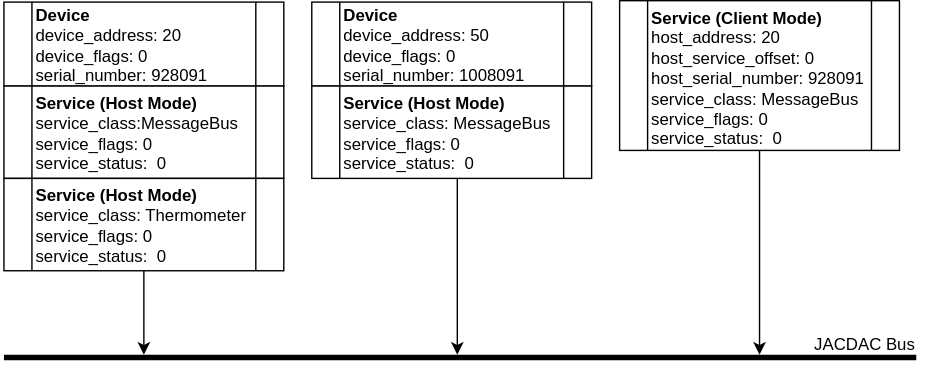
This is images/broadcast.svg from sabas1080/jacdac, a draw.io export, as it was before one commit. Source tidied: cells renumbered, new cells last; positions are measured from the earlier drawing's top-left corner, leaving out a move shared by most shapes. Source of this version:
```xml
<mxGraphModel>
  <root>
    <mxCell id="0" />
    <mxCell id="1" parent="0" />
    <mxCell id="2" style="line;strokeWidth=4;html=1;perimeter=backbonePerimeter;points=[];outlineConnect=0;" parent="1" vertex="1">
      <mxGeometry y="250" width="652" height="10" as="geometry" />
    </mxCell>
    <object id="3" label="JACDAC Bus" name="Variable" placeholders="1">
      <mxCell style="text;html=1;strokeColor=none;fillColor=none;align=center;verticalAlign=middle;whiteSpace=wrap;overflow=hidden;" parent="1" vertex="1">
        <mxGeometry x="569" y="230" width="92" height="30" as="geometry" />
      </mxCell>
    </object>
    <mxCell id="4" style="group;" parent="1" vertex="1">
      <mxGeometry y="1" width="200" height="149" as="geometry" />
    </mxCell>
    <mxCell id="5" value="&lt;span&gt;&lt;b&gt;Device&lt;/b&gt;&lt;br&gt;device_address: 20&lt;br&gt;&lt;/span&gt;device_flags: 0&lt;br&gt;&lt;span&gt;serial_number: 928091&lt;/span&gt;&lt;br&gt;" style="shape=process;whiteSpace=wrap;html=1;backgroundOutline=1;align=left;" parent="4" vertex="1">
      <mxGeometry width="200" height="60" as="geometry" />
    </mxCell>
    <mxCell id="6" value="&lt;span&gt;&lt;b&gt;Service (Host Mode)&lt;/b&gt;&lt;br&gt;service_class:MessageBus&lt;/span&gt;&lt;br&gt;&lt;div style=&quot;text-align: justify&quot;&gt;&lt;span&gt;service_flags: 0&lt;/span&gt;&lt;/div&gt;&lt;div style=&quot;text-align: left&quot;&gt;&lt;span&gt;service_status:&amp;nbsp; 0&lt;/span&gt;&lt;/div&gt;" style="shape=process;whiteSpace=wrap;html=1;backgroundOutline=1;align=left;" parent="4" vertex="1">
      <mxGeometry y="60" width="200" height="66" as="geometry" />
    </mxCell>
    <mxCell id="7" style="endArrow=classic;html=1;exitX=0.5;exitY=1;exitDx=0;exitDy=0;" parent="1" edge="1" target="2">
      <mxGeometry relative="1" as="geometry">
        <mxPoint x="324" y="127" as="sourcePoint" />
      </mxGeometry>
    </mxCell>
    <mxCell id="8" style="endArrow=classic;html=1;exitX=0.5;exitY=1;exitDx=0;exitDy=0;" parent="1" edge="1" source="6" target="2">
      <mxGeometry relative="1" as="geometry" />
    </mxCell>
    <mxCell id="9" style="endArrow=classic;html=1;exitX=0.5;exitY=1;exitDx=0;exitDy=0;" parent="1" edge="1" source="15" target="2">
      <mxGeometry relative="1" as="geometry" />
    </mxCell>
    <mxCell id="10" style="group;" parent="1" vertex="1">
      <mxGeometry x="220" y="1" width="200" height="149" as="geometry" />
    </mxCell>
    <mxCell id="11" value="&lt;span&gt;&lt;b&gt;Device&lt;/b&gt;&lt;br&gt;device_address: 50&lt;br&gt;&lt;/span&gt;device_flags: 0&lt;br&gt;&lt;span&gt;serial_number: 1008091&lt;/span&gt;&lt;br&gt;" style="shape=process;whiteSpace=wrap;html=1;backgroundOutline=1;align=left;" parent="10" vertex="1">
      <mxGeometry width="200" height="60" as="geometry" />
    </mxCell>
    <mxCell id="12" value="&lt;span&gt;&lt;b&gt;Service (Host Mode)&lt;/b&gt;&lt;br&gt;service_class: MessageBus&lt;/span&gt;&lt;br&gt;&lt;div style=&quot;text-align: justify&quot;&gt;&lt;span&gt;service_flags: 0&lt;/span&gt;&lt;/div&gt;&lt;div style=&quot;text-align: left&quot;&gt;&lt;span&gt;service_status:&amp;nbsp; 0&lt;/span&gt;&lt;/div&gt;" style="shape=process;whiteSpace=wrap;html=1;backgroundOutline=1;align=left;" parent="10" vertex="1">
      <mxGeometry y="60" width="200" height="66" as="geometry" />
    </mxCell>
    <mxCell id="13" value="&lt;span&gt;&lt;b&gt;Service (Host Mode)&lt;/b&gt;&lt;br&gt;service_class: Thermometer&lt;/span&gt;&lt;br&gt;&lt;div style=&quot;text-align: justify&quot;&gt;&lt;span&gt;service_flags: 0&lt;/span&gt;&lt;/div&gt;&lt;div style=&quot;text-align: left&quot;&gt;&lt;span&gt;service_status:&amp;nbsp; 0&lt;/span&gt;&lt;/div&gt;" style="shape=process;whiteSpace=wrap;html=1;backgroundOutline=1;align=left;" parent="1" vertex="1">
      <mxGeometry y="127" width="200" height="66" as="geometry" />
    </mxCell>
    <mxCell id="14" style="group;" parent="1" vertex="1">
      <mxGeometry x="440" width="200" height="167" as="geometry" />
    </mxCell>
    <mxCell id="15" value="&lt;span&gt;&lt;b&gt;Service (Client Mode)&lt;br&gt;&lt;/b&gt;host_address: 20&lt;br&gt;host_service_offset: 0&lt;br&gt;host_serial_number: 928091&lt;br&gt;service_class: MessageBus&lt;/span&gt;&lt;br&gt;&lt;div style=&quot;text-align: justify&quot;&gt;&lt;span&gt;service_flags: 0&lt;/span&gt;&lt;/div&gt;&lt;div style=&quot;text-align: left&quot;&gt;&lt;span&gt;service_status:&amp;nbsp; 0&lt;/span&gt;&lt;/div&gt;" style="shape=process;whiteSpace=wrap;html=1;backgroundOutline=1;align=left;" parent="14" vertex="1">
      <mxGeometry width="200" height="107" as="geometry" />
    </mxCell>
  </root>
</mxGraphModel>
```
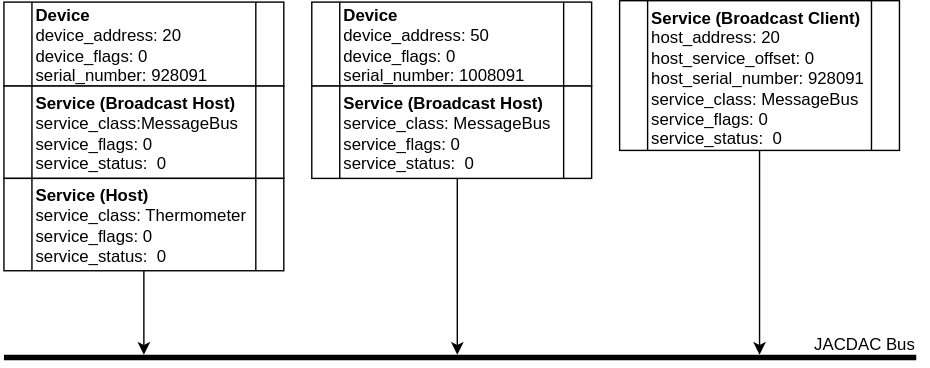
Above is the later version.

The edit, as a diff of the source:
```diff
@@ -16,7 +16,7 @@
     <mxCell id="5" value="&lt;span&gt;&lt;b&gt;Device&lt;/b&gt;&lt;br&gt;device_address: 20&lt;br&gt;&lt;/span&gt;device_flags: 0&lt;br&gt;&lt;span&gt;serial_number: 928091&lt;/span&gt;&lt;br&gt;" style="shape=process;whiteSpace=wrap;html=1;backgroundOutline=1;align=left;" parent="4" vertex="1">
       <mxGeometry width="200" height="60" as="geometry" />
     </mxCell>
-    <mxCell id="6" value="&lt;span&gt;&lt;b&gt;Service (Host Mode)&lt;/b&gt;&lt;br&gt;service_class:MessageBus&lt;/span&gt;&lt;br&gt;&lt;div style=&quot;text-align: justify&quot;&gt;&lt;span&gt;service_flags: 0&lt;/span&gt;&lt;/div&gt;&lt;div style=&quot;text-align: left&quot;&gt;&lt;span&gt;service_status:&amp;nbsp; 0&lt;/span&gt;&lt;/div&gt;" style="shape=process;whiteSpace=wrap;html=1;backgroundOutline=1;align=left;" parent="4" vertex="1">
+    <mxCell id="6" value="&lt;span&gt;&lt;b&gt;Service (Broadcast Host)&lt;/b&gt;&lt;br&gt;service_class:MessageBus&lt;/span&gt;&lt;br&gt;&lt;div style=&quot;text-align: justify&quot;&gt;&lt;span&gt;service_flags: 0&lt;/span&gt;&lt;/div&gt;&lt;div style=&quot;text-align: left&quot;&gt;&lt;span&gt;service_status:&amp;nbsp; 0&lt;/span&gt;&lt;/div&gt;" style="shape=process;whiteSpace=wrap;html=1;backgroundOutline=1;align=left;" parent="4" vertex="1">
       <mxGeometry y="60" width="200" height="66" as="geometry" />
     </mxCell>
     <mxCell id="7" style="endArrow=classic;html=1;exitX=0.5;exitY=1;exitDx=0;exitDy=0;" parent="1" edge="1" target="2">
@@ -36,16 +36,16 @@
     <mxCell id="11" value="&lt;span&gt;&lt;b&gt;Device&lt;/b&gt;&lt;br&gt;device_address: 50&lt;br&gt;&lt;/span&gt;device_flags: 0&lt;br&gt;&lt;span&gt;serial_number: 1008091&lt;/span&gt;&lt;br&gt;" style="shape=process;whiteSpace=wrap;html=1;backgroundOutline=1;align=left;" parent="10" vertex="1">
       <mxGeometry width="200" height="60" as="geometry" />
     </mxCell>
-    <mxCell id="12" value="&lt;span&gt;&lt;b&gt;Service (Host Mode)&lt;/b&gt;&lt;br&gt;service_class: MessageBus&lt;/span&gt;&lt;br&gt;&lt;div style=&quot;text-align: justify&quot;&gt;&lt;span&gt;service_flags: 0&lt;/span&gt;&lt;/div&gt;&lt;div style=&quot;text-align: left&quot;&gt;&lt;span&gt;service_status:&amp;nbsp; 0&lt;/span&gt;&lt;/div&gt;" style="shape=process;whiteSpace=wrap;html=1;backgroundOutline=1;align=left;" parent="10" vertex="1">
+    <mxCell id="12" value="&lt;span&gt;&lt;b&gt;Service (Broadcast Host)&lt;/b&gt;&lt;br&gt;service_class: MessageBus&lt;/span&gt;&lt;br&gt;&lt;div style=&quot;text-align: justify&quot;&gt;&lt;span&gt;service_flags: 0&lt;/span&gt;&lt;/div&gt;&lt;div style=&quot;text-align: left&quot;&gt;&lt;span&gt;service_status:&amp;nbsp; 0&lt;/span&gt;&lt;/div&gt;" style="shape=process;whiteSpace=wrap;html=1;backgroundOutline=1;align=left;" parent="10" vertex="1">
       <mxGeometry y="60" width="200" height="66" as="geometry" />
     </mxCell>
-    <mxCell id="13" value="&lt;span&gt;&lt;b&gt;Service (Host Mode)&lt;/b&gt;&lt;br&gt;service_class: Thermometer&lt;/span&gt;&lt;br&gt;&lt;div style=&quot;text-align: justify&quot;&gt;&lt;span&gt;service_flags: 0&lt;/span&gt;&lt;/div&gt;&lt;div style=&quot;text-align: left&quot;&gt;&lt;span&gt;service_status:&amp;nbsp; 0&lt;/span&gt;&lt;/div&gt;" style="shape=process;whiteSpace=wrap;html=1;backgroundOutline=1;align=left;" parent="1" vertex="1">
+    <mxCell id="13" value="&lt;span&gt;&lt;b&gt;Service (Host)&lt;/b&gt;&lt;br&gt;service_class: Thermometer&lt;/span&gt;&lt;br&gt;&lt;div style=&quot;text-align: justify&quot;&gt;&lt;span&gt;service_flags: 0&lt;/span&gt;&lt;/div&gt;&lt;div style=&quot;text-align: left&quot;&gt;&lt;span&gt;service_status:&amp;nbsp; 0&lt;/span&gt;&lt;/div&gt;" style="shape=process;whiteSpace=wrap;html=1;backgroundOutline=1;align=left;" parent="1" vertex="1">
       <mxGeometry y="127" width="200" height="66" as="geometry" />
     </mxCell>
     <mxCell id="14" style="group;" parent="1" vertex="1">
       <mxGeometry x="440" width="200" height="167" as="geometry" />
     </mxCell>
-    <mxCell id="15" value="&lt;span&gt;&lt;b&gt;Service (Client Mode)&lt;br&gt;&lt;/b&gt;host_address: 20&lt;br&gt;host_service_offset: 0&lt;br&gt;host_serial_number: 928091&lt;br&gt;service_class: MessageBus&lt;/span&gt;&lt;br&gt;&lt;div style=&quot;text-align: justify&quot;&gt;&lt;span&gt;service_flags: 0&lt;/span&gt;&lt;/div&gt;&lt;div style=&quot;text-align: left&quot;&gt;&lt;span&gt;service_status:&amp;nbsp; 0&lt;/span&gt;&lt;/div&gt;" style="shape=process;whiteSpace=wrap;html=1;backgroundOutline=1;align=left;" parent="14" vertex="1">
+    <mxCell id="15" value="&lt;span&gt;&lt;b&gt;Service (Broadcast Client)&lt;br&gt;&lt;/b&gt;host_address: 20&lt;br&gt;host_service_offset: 0&lt;br&gt;host_serial_number: 928091&lt;br&gt;service_class: MessageBus&lt;/span&gt;&lt;br&gt;&lt;div style=&quot;text-align: justify&quot;&gt;&lt;span&gt;service_flags: 0&lt;/span&gt;&lt;/div&gt;&lt;div style=&quot;text-align: left&quot;&gt;&lt;span&gt;service_status:&amp;nbsp; 0&lt;/span&gt;&lt;/div&gt;" style="shape=process;whiteSpace=wrap;html=1;backgroundOutline=1;align=left;" parent="14" vertex="1">
       <mxGeometry width="200" height="107" as="geometry" />
     </mxCell>
   </root>
```
